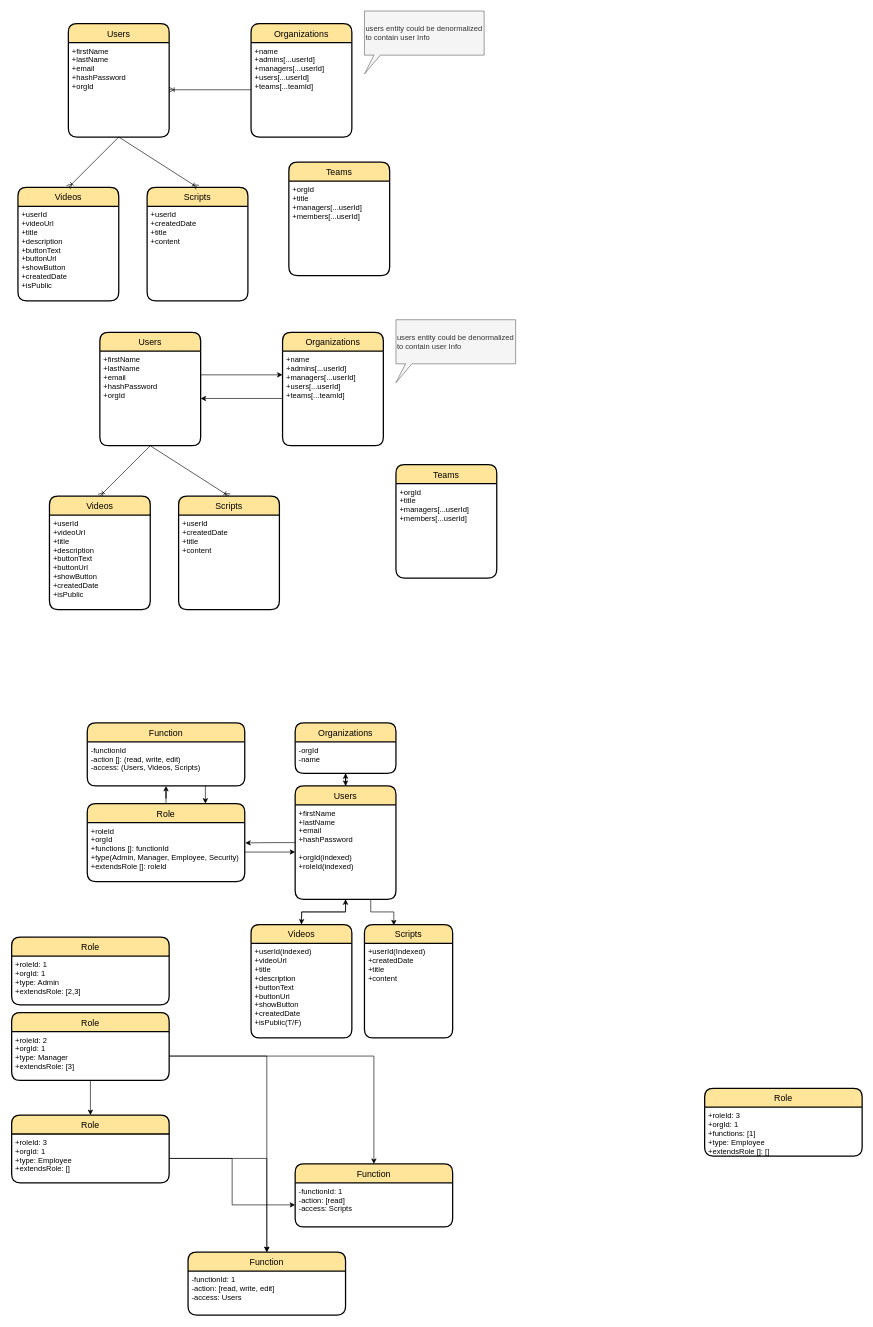
The draw.io diagram Design_organization.drawio in shawnohn/fortuna, before the edit. Source tidied: cells renumbered, new cells numbered last; positions are measured from the earlier drawing's top-left corner, leaving out a move shared by most shapes. Both pictures are drawn from the tidied source at 63%, with x=0, y=0 at pixel (11, 11).
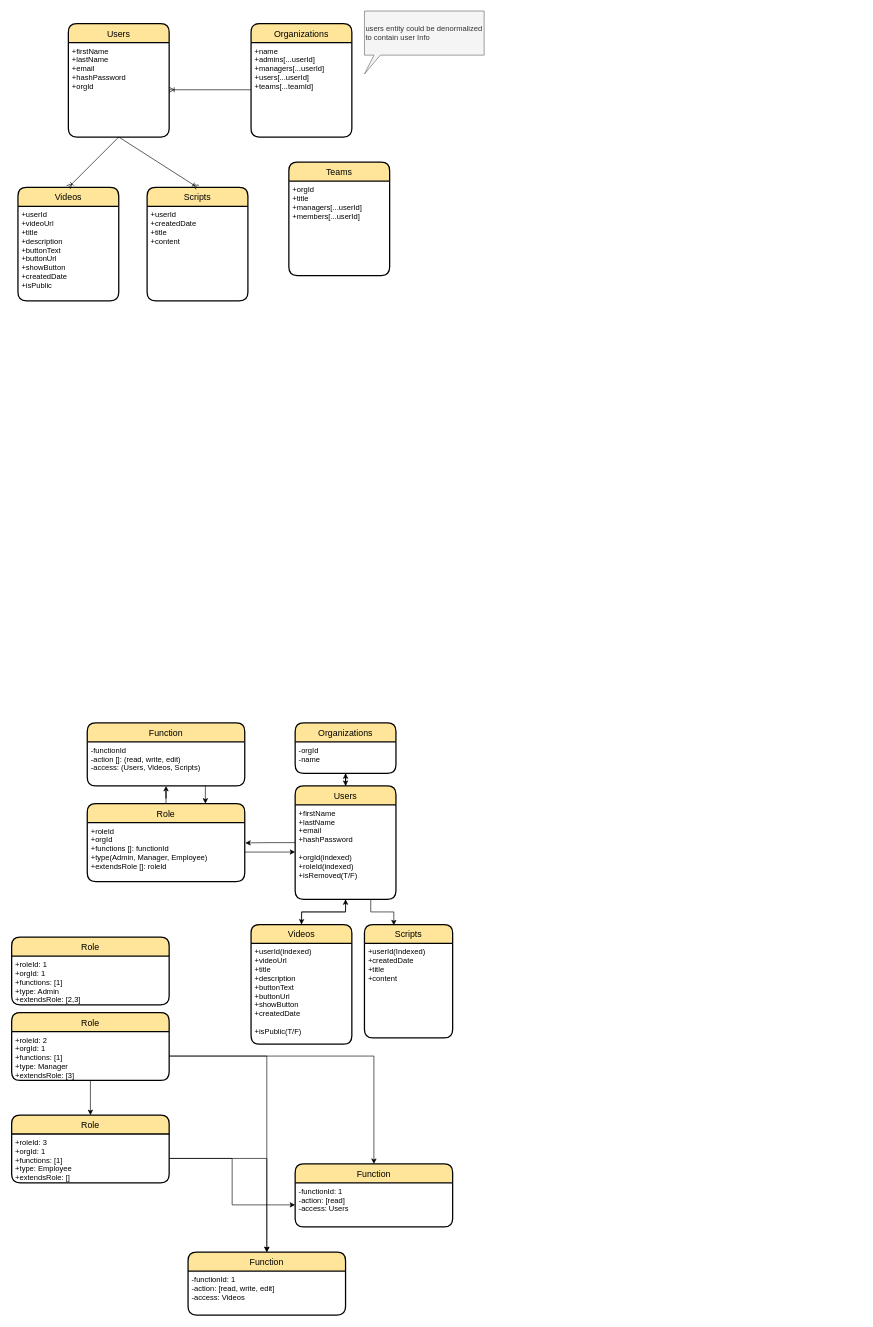
After the change.

The change refers to these unchanged cells:
```xml
<mxCell id="42" value="Function" style="swimlane;horizontal=1;startSize=30;rounded=1;fontSize=14;fontStyle=0;strokeWidth=2;shadow=0;dashed=0;align=center;fillColor=#FFE599;" parent="1" vertex="1">
  <mxGeometry x="450" y="1830" width="250" height="100" as="geometry" />
</mxCell>
<mxCell id="44" value="Function" style="swimlane;horizontal=1;startSize=30;rounded=1;fontSize=14;fontStyle=0;strokeWidth=2;shadow=0;dashed=0;align=center;fillColor=#FFE599;" parent="1" vertex="1">
  <mxGeometry x="280" y="1970" width="250" height="100" as="geometry" />
</mxCell>
<mxCell id="46" value="Role" style="swimlane;horizontal=1;startSize=30;rounded=1;fontSize=14;fontStyle=0;strokeWidth=2;shadow=0;dashed=0;align=center;fillColor=#FFE599;" parent="1" vertex="1">
  <mxGeometry y="1752.5" width="250" height="107.5" as="geometry" />
</mxCell>
<mxCell id="50" value="Role" style="swimlane;horizontal=1;startSize=30;rounded=1;fontSize=14;fontStyle=0;strokeWidth=2;shadow=0;dashed=0;align=center;fillColor=#FFE599;" parent="1" vertex="1">
  <mxGeometry x="120" y="1258.1" width="250" height="123.8" as="geometry" />
</mxCell>
<mxCell id="52" value="Role" style="swimlane;horizontal=1;startSize=30;rounded=1;fontSize=14;fontStyle=0;strokeWidth=2;shadow=0;dashed=0;align=center;fillColor=#FFE599;" parent="1" vertex="1">
  <mxGeometry y="1590" width="250" height="107.5" as="geometry" />
</mxCell>
<mxCell id="54" value="Role" style="swimlane;horizontal=1;startSize=30;rounded=1;fontSize=14;fontStyle=0;strokeWidth=2;shadow=0;dashed=0;align=center;fillColor=#FFE599;" parent="1" vertex="1">
  <mxGeometry y="1470" width="250" height="107.5" as="geometry" />
</mxCell>
<mxCell id="56" value="Users" style="swimlane;horizontal=1;startSize=30;rounded=1;fontSize=14;fontStyle=0;strokeWidth=2;shadow=0;dashed=0;align=center;fillColor=#FFE599;" parent="1" vertex="1">
  <mxGeometry x="450" y="1230" width="160" height="180" as="geometry" />
</mxCell>
```

What changed in the source:
```diff
@@
-    <mxCell id="16" value="users entity could be denormalized to contain user Info" style="shape=callout;whiteSpace=wrap;html=1;perimeter=calloutPerimeter;fillColor=#f5f5f5;strokeColor=#666666;fontColor=#333333;size=30;position=0.08;position2=0;base=10;align=left;" parent="1" vertex="1">
-      <mxGeometry x="610" y="490" width="190" height="100" as="geometry" />
-    </mxCell>
-    <mxCell id="17" style="endArrow=ERoneToMany;html=1;rounded=0;entryX=0.5;entryY=0;entryDx=0;entryDy=0;exitX=0.5;exitY=1;exitDx=0;exitDy=0;endFill=0;" parent="1" edge="1" source="31" target="24">
-      <mxGeometry relative="1" as="geometry" />
-    </mxCell>
-    <mxCell id="18" style="endArrow=ERoneToMany;html=1;rounded=0;entryX=0.5;entryY=0;entryDx=0;entryDy=0;exitX=0.5;exitY=1;exitDx=0;exitDy=0;endFill=0;" parent="1" edge="1" source="31" target="26">
-      <mxGeometry relative="1" as="geometry" />
-    </mxCell>
@@
-    <mxCell id="24" value="Videos" style="swimlane;horizontal=1;startSize=30;rounded=1;fontSize=14;fontStyle=0;strokeWidth=2;shadow=0;dashed=0;align=center;fillColor=#FFE599;" parent="1" vertex="1">
-      <mxGeometry x="60" y="770" width="160" height="180" as="geometry" />
-    </mxCell>
-    <mxCell id="25" value="+userId&#10;+videoUrl&#10;+title&#10;+description&#10;+buttonText&#10;+buttonUrl&#10;+showButton&#10;+createdDate&#10;+isPublic" style="align=left;strokeColor=none;fillColor=none;spacingLeft=4;fontSize=12;verticalAlign=top;" parent="24" vertex="1">
-      <mxGeometry y="30" width="160" height="150" as="geometry" />
-    </mxCell>
-    <mxCell id="26" value="Scripts" style="swimlane;horizontal=1;startSize=30;rounded=1;fontSize=14;fontStyle=0;strokeWidth=2;shadow=0;dashed=0;align=center;fillColor=#FFE599;" parent="1" vertex="1">
-      <mxGeometry x="265" y="770" width="160" height="180" as="geometry" />
-    </mxCell>
-    <mxCell id="27" value="+userId&#10;+createdDate&#10;+title&#10;+content" style="align=left;strokeColor=none;fillColor=none;spacingLeft=4;fontSize=12;verticalAlign=top;" parent="26" vertex="1">
-      <mxGeometry y="30" width="160" height="150" as="geometry" />
-    </mxCell>
-    <mxCell id="28" value="Organizations" style="swimlane;horizontal=1;startSize=30;rounded=1;fontSize=14;fontStyle=0;strokeWidth=2;shadow=0;dashed=0;align=center;fillColor=#FFE599;" parent="1" vertex="1">
-      <mxGeometry x="430" y="510" width="160" height="180" as="geometry" />
-    </mxCell>
-    <mxCell id="29" value="+name&#10;+admins[...userId]&#10;+managers[...userId]&#10;+users[...userId]&#10;+teams[...teamId]" style="align=left;strokeColor=none;fillColor=none;spacingLeft=4;fontSize=12;verticalAlign=top;" parent="28" vertex="1">
-      <mxGeometry y="30" width="160" height="150" as="geometry" />
-    </mxCell>
-    <mxCell id="30" value="Users" style="swimlane;horizontal=1;startSize=30;rounded=1;fontSize=14;fontStyle=0;strokeWidth=2;shadow=0;dashed=0;align=center;fillColor=#FFE599;" parent="1" vertex="1">
-      <mxGeometry x="140" y="510" width="160" height="180" as="geometry" />
-    </mxCell>
-    <mxCell id="31" value="+firstName&#10;+lastName&#10;+email&#10;+hashPassword&#10;+orgId" style="align=left;strokeColor=none;fillColor=none;spacingLeft=4;fontSize=12;verticalAlign=top;" parent="30" vertex="1">
-      <mxGeometry y="30" width="160" height="150" as="geometry" />
-    </mxCell>
-    <mxCell id="32" value="Teams" style="swimlane;horizontal=1;startSize=30;rounded=1;fontSize=14;fontStyle=0;strokeWidth=2;shadow=0;dashed=0;align=center;fillColor=#FFE599;" parent="1" vertex="1">
-      <mxGeometry x="610" y="720" width="160" height="180" as="geometry" />
-    </mxCell>
-    <mxCell id="33" value="+orgId&#10;+title&#10;+managers[...userId]&#10;+members[...userId]" style="align=left;strokeColor=none;fillColor=none;spacingLeft=4;fontSize=12;verticalAlign=top;" parent="32" vertex="1">
-      <mxGeometry y="30" width="160" height="150" as="geometry" />
-    </mxCell>
@@
     <mxCell id="40" value="Videos" style="swimlane;horizontal=1;startSize=30;rounded=1;fontSize=14;fontStyle=0;strokeWidth=2;shadow=0;dashed=0;align=center;fillColor=#FFE599;" parent="1" vertex="1">
-      <mxGeometry x="380" y="1450" width="160" height="180" as="geometry" />
+      <mxGeometry x="380" y="1450" width="160" height="190" as="geometry" />
     </mxCell>
-    <mxCell id="41" value="+userId(indexed)&#10;+videoUrl&#10;+title&#10;+description&#10;+buttonText&#10;+buttonUrl&#10;+showButton&#10;+createdDate&#10;+isPublic(T/F)" style="align=left;strokeColor=none;fillColor=none;spacingLeft=4;fontSize=12;verticalAlign=top;" parent="40" vertex="1">
-      <mxGeometry y="30" width="160" height="150" as="geometry" />
+    <mxCell id="41" value="+userId(indexed)&#10;+videoUrl&#10;+title&#10;+description&#10;+buttonText&#10;+buttonUrl&#10;+showButton&#10;+createdDate&#10;&#10;+isPublic(T/F)" style="align=left;strokeColor=none;fillColor=none;spacingLeft=4;fontSize=12;verticalAlign=top;" parent="40" vertex="1">
+      <mxGeometry y="30" width="160" height="160" as="geometry" />
     </mxCell>
@@
-    <mxCell id="43" value="-functionId: 1&#10;-action: [read]&#10;-access: Scripts" style="align=left;strokeColor=none;fillColor=none;spacingLeft=4;fontSize=12;verticalAlign=top;" parent="42" vertex="1">
+    <mxCell id="43" value="-functionId: 1&#10;-action: [read]&#10;-access: Users" style="align=left;strokeColor=none;fillColor=none;spacingLeft=4;fontSize=12;verticalAlign=top;" parent="42" vertex="1">
       <mxGeometry y="30" width="250" height="70" as="geometry" />
     </mxCell>
@@
-    <mxCell id="45" value="-functionId: 1&#10;-action: [read, write, edit]&#10;-access: Users" style="align=left;strokeColor=none;fillColor=none;spacingLeft=4;fontSize=12;verticalAlign=top;" parent="44" vertex="1">
+    <mxCell id="45" value="-functionId: 1&#10;-action: [read, write, edit]&#10;-access: Videos" style="align=left;strokeColor=none;fillColor=none;spacingLeft=4;fontSize=12;verticalAlign=top;" parent="44" vertex="1">
       <mxGeometry y="30" width="250" height="70" as="geometry" />
     </mxCell>
@@
-    <mxCell id="47" value="+roleId: 3&#10;+orgId: 1&#10;+type: Employee&#10;+extendsRole: []" style="align=left;strokeColor=none;fillColor=none;spacingLeft=4;fontSize=12;verticalAlign=top;" parent="46" vertex="1">
+    <mxCell id="47" value="+roleId: 3&#10;+orgId: 1&#10;+functions: [1]&#10;+type: Employee&#10;+extendsRole: []" style="align=left;strokeColor=none;fillColor=none;spacingLeft=4;fontSize=12;verticalAlign=top;" parent="46" vertex="1">
       <mxGeometry y="30" width="250" height="77.5" as="geometry" />
     </mxCell>
-    <mxCell id="48" value="Role" style="swimlane;horizontal=1;startSize=30;rounded=1;fontSize=14;fontStyle=0;strokeWidth=2;shadow=0;dashed=0;align=center;fillColor=#FFE599;" parent="1" vertex="1">
-      <mxGeometry x="1100" y="1710" width="250" height="107.5" as="geometry" />
-    </mxCell>
-    <mxCell id="49" value="+roleId: 3&#10;+orgId: 1&#10;+functions: [1]&#10;+type: Employee&#10;+extendsRole []: []" style="align=left;strokeColor=none;fillColor=none;spacingLeft=4;fontSize=12;verticalAlign=top;" parent="48" vertex="1">
-      <mxGeometry y="30" width="250" height="77.5" as="geometry" />
-    </mxCell>
@@
-    <mxCell id="51" value="+roleId&#10;+orgId&#10;+functions []: functionId&#10;+type(Admin, Manager, Employee, Security)&#10;+extendsRole []: roleId" style="align=left;strokeColor=none;fillColor=none;spacingLeft=4;fontSize=12;verticalAlign=top;" parent="50" vertex="1">
+    <mxCell id="51" value="+roleId&#10;+orgId&#10;+functions []: functionId&#10;+type(Admin, Manager, Employee)&#10;+extendsRole []: roleId" style="align=left;strokeColor=none;fillColor=none;spacingLeft=4;fontSize=12;verticalAlign=top;" parent="50" vertex="1">
       <mxGeometry y="30" width="250" height="93.8" as="geometry" />
     </mxCell>
@@
-    <mxCell id="53" value="+roleId: 2&#10;+orgId: 1&#10;+type: Manager&#10;+extendsRole: [3]" style="align=left;strokeColor=none;fillColor=none;spacingLeft=4;fontSize=12;verticalAlign=top;" parent="52" vertex="1">
+    <mxCell id="53" value="+roleId: 2&#10;+orgId: 1&#10;+functions: [1]&#10;+type: Manager&#10;+extendsRole: [3]" style="align=left;strokeColor=none;fillColor=none;spacingLeft=4;fontSize=12;verticalAlign=top;" parent="52" vertex="1">
       <mxGeometry y="30" width="250" height="77.5" as="geometry" />
     </mxCell>
@@
-    <mxCell id="55" value="+roleId: 1&#10;+orgId: 1&#10;+type: Admin&#10;+extendsRole: [2,3]" style="align=left;strokeColor=none;fillColor=none;spacingLeft=4;fontSize=12;verticalAlign=top;" parent="54" vertex="1">
+    <mxCell id="55" value="+roleId: 1&#10;+orgId: 1&#10;+functions: [1]&#10;+type: Admin&#10;+extendsRole: [2,3]" style="align=left;strokeColor=none;fillColor=none;spacingLeft=4;fontSize=12;verticalAlign=top;" parent="54" vertex="1">
       <mxGeometry y="30" width="250" height="77.5" as="geometry" />
     </mxCell>
@@
-    <mxCell id="57" value="+firstName&#10;+lastName&#10;+email&#10;+hashPassword&#10;&#10;+orgId(indexed)&#10;+roleId(indexed)" style="align=left;strokeColor=none;fillColor=none;spacingLeft=4;fontSize=12;verticalAlign=top;" parent="56" vertex="1">
+    <mxCell id="57" value="+firstName&#10;+lastName&#10;+email&#10;+hashPassword&#10;&#10;+orgId(indexed)&#10;+roleId(indexed)&#10;+isRemoved(T/F)" style="align=left;strokeColor=none;fillColor=none;spacingLeft=4;fontSize=12;verticalAlign=top;" parent="56" vertex="1">
       <mxGeometry y="30" width="160" height="150" as="geometry" />
     </mxCell>
@@
-    <mxCell id="59" style="edgeStyle=orthogonalEdgeStyle;rounded=0;jettySize=auto;html=1;entryX=1;entryY=0.5;entryDx=0;entryDy=0;fontColor=#FF9933;" parent="1" edge="1" source="29" target="31">
-      <mxGeometry relative="1" as="geometry" />
-    </mxCell>
-    <mxCell id="60" style="edgeStyle=orthogonalEdgeStyle;rounded=0;jettySize=auto;html=1;exitX=1;exitY=0.25;exitDx=0;exitDy=0;entryX=0;entryY=0.25;entryDx=0;entryDy=0;fontColor=#FF9933;" parent="1" edge="1" source="31" target="29">
-      <mxGeometry relative="1" as="geometry" />
-    </mxCell>
```
